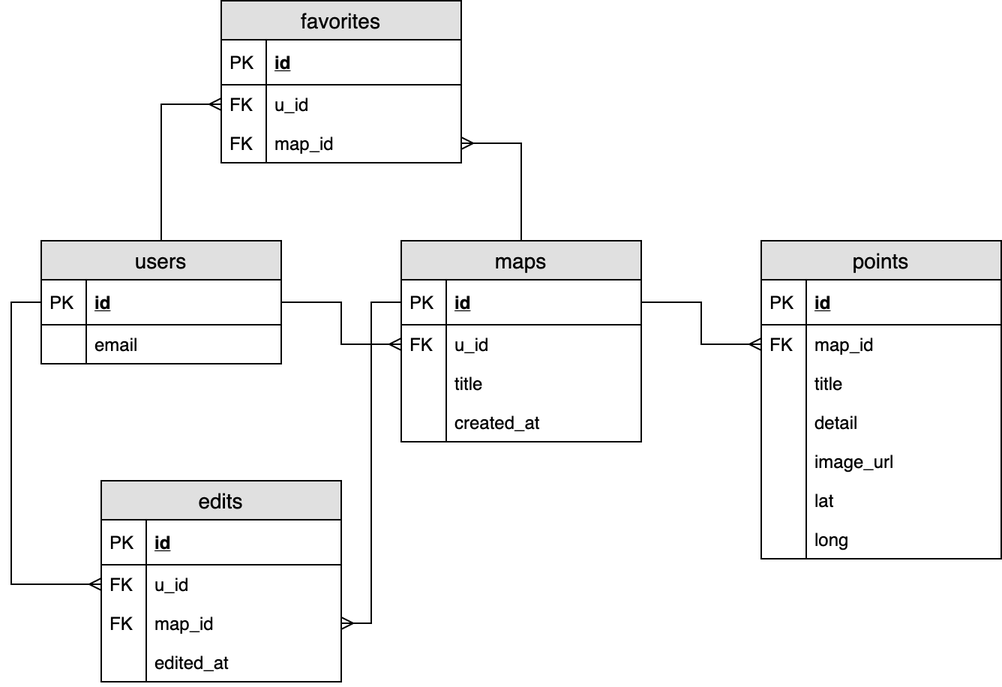
eina/lhl-wiki-map keeps this draw.io diagram as docs/wiki_maps_erd.png. Above is the earlier version. Source tidied: cells renumbered, new cells last; positions are measured from the earlier drawing's top-left corner, leaving out a move shared by most shapes.
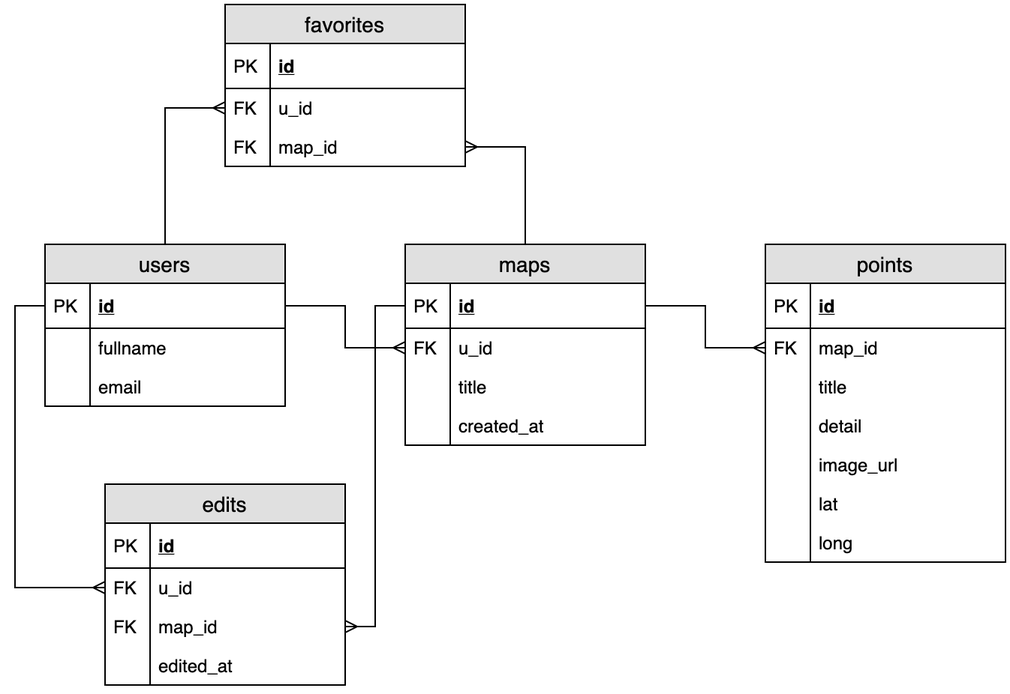
The same file after the commit.

What changed in the source:
```diff
@@ -6,7 +6,7 @@
       <mxGeometry relative="1" as="geometry" />
     </mxCell>
     <mxCell id="3" value="users" style="swimlane;fontStyle=0;horizontal=1;startSize=26;fillColor=#e0e0e0;swimlaneFillColor=#ffffff;align=center;fontSize=14;" parent="1" vertex="1">
-      <mxGeometry y="160" width="160" height="82" as="geometry" />
+      <mxGeometry y="160" width="160" height="108" as="geometry" />
     </mxCell>
     <mxCell id="4" value="id" style="shape=partialRectangle;top=0;left=0;right=0;bottom=1;align=left;verticalAlign=middle;fillColor=none;spacingLeft=34;spacingRight=4;overflow=hidden;points=[[0,0.5],[1,0.5]];portConstraint=eastwest;fontStyle=5;fontSize=12;" parent="3" vertex="1">
       <mxGeometry y="26" width="160" height="30" as="geometry" />
@@ -14,12 +14,18 @@
     <mxCell id="5" value="PK" style="shape=partialRectangle;top=0;left=0;bottom=0;fillColor=none;align=left;verticalAlign=middle;spacingLeft=4;spacingRight=4;overflow=hidden;fontSize=12;" parent="4" vertex="1">
       <mxGeometry width="30" height="30" as="geometry" />
     </mxCell>
-    <mxCell id="6" value="email" style="shape=partialRectangle;top=0;left=0;right=0;bottom=0;align=left;verticalAlign=top;fillColor=none;spacingLeft=34;spacingRight=4;overflow=hidden;fontSize=12;" parent="3" vertex="1">
+    <mxCell id="6" value="fullname" style="shape=partialRectangle;top=0;left=0;right=0;bottom=0;align=left;verticalAlign=top;fillColor=none;spacingLeft=34;spacingRight=4;overflow=hidden;fontSize=12;" parent="3" vertex="1">
       <mxGeometry y="56" width="160" height="26" as="geometry" />
     </mxCell>
     <mxCell id="7" style="shape=partialRectangle;top=0;left=0;bottom=0;fillColor=none;align=left;verticalAlign=top;spacingLeft=4;spacingRight=4;overflow=hidden;fontSize=12;" parent="6" vertex="1">
       <mxGeometry width="30" height="26" as="geometry" />
     </mxCell>
+    <mxCell id="53" value="email" style="shape=partialRectangle;top=0;left=0;right=0;bottom=0;align=left;verticalAlign=top;fillColor=none;spacingLeft=34;spacingRight=4;overflow=hidden;fontSize=12;" parent="3" vertex="1">
+      <mxGeometry y="82" width="160" height="26" as="geometry" />
+    </mxCell>
+    <mxCell id="54" style="shape=partialRectangle;top=0;left=0;bottom=0;fillColor=none;align=left;verticalAlign=top;spacingLeft=4;spacingRight=4;overflow=hidden;fontSize=12;" parent="53" vertex="1">
+      <mxGeometry width="30" height="26" as="geometry" />
+    </mxCell>
     <mxCell id="8" style="edgeStyle=orthogonalEdgeStyle;rounded=0;jettySize=auto;html=1;endArrow=ERmany;endFill=0;" parent="1" edge="1" source="9" target="38">
       <mxGeometry relative="1" as="geometry" />
     </mxCell>
```
